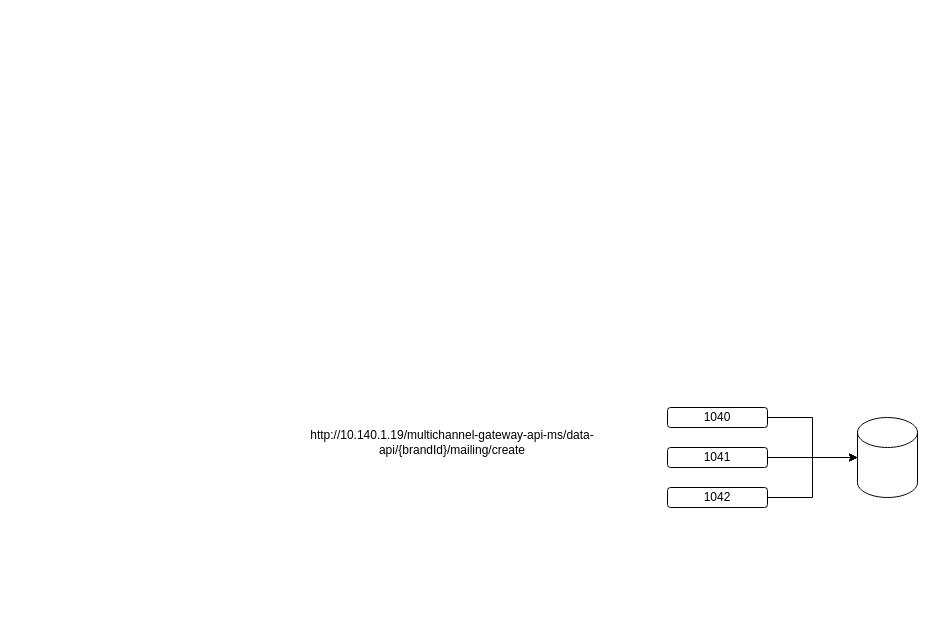
Before: Analise HSC 2025.drawio in caio-bueno/draws-valid, a draw.io diagram. Source tidied: cells renumbered, new cells numbered last; positions are measured from the earlier drawing's top-left corner, leaving out a move shared by most shapes. Both pictures are drawn from the tidied source at 100%, with x=0, y=0 at pixel (257, 407).
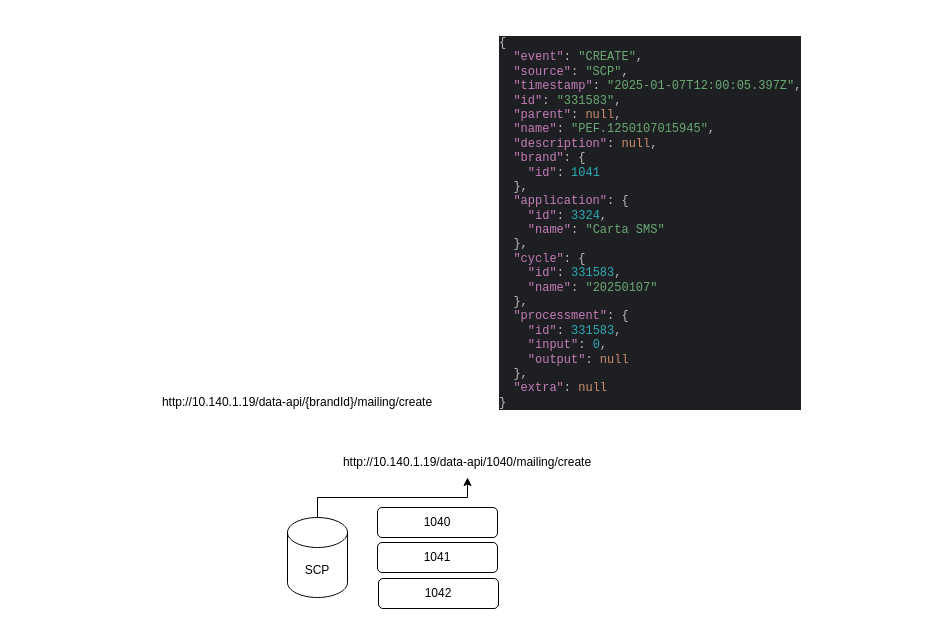
The same page after the edit.

Diff of the diagram source:
```diff
@@
 <mxGraphModel>
   <root>
     <mxCell id="0" />
     <mxCell id="1" parent="0" />
-    <mxCell id="2" style="edgeStyle=orthogonalEdgeStyle;rounded=0;jettySize=auto;html=1;" parent="1" edge="1" source="3" target="9">
-      <mxGeometry relative="1" as="geometry" />
-    </mxCell>
+    <mxCell id="8" value="http://10.140.1.19/data-api/{brandId}/mailing/create" style="text;html=1;align=center;verticalAlign=middle;whiteSpace=wrap;rounded=0;" parent="1" vertex="1">
+      <mxGeometry x="-240" y="-20" width="560" height="30" as="geometry" />
+    </mxCell>
+    <mxCell id="10" style="edgeStyle=orthogonalEdgeStyle;rounded=0;jettySize=auto;html=1;" parent="1" edge="1" source="9" target="11">
+      <mxGeometry relative="1" as="geometry" />
+    </mxCell>
+    <mxCell id="9" value="SCP" style="shape=cylinder3;whiteSpace=wrap;html=1;boundedLbl=1;backgroundOutline=1;size=15;" parent="1" vertex="1">
+      <mxGeometry x="30" y="110" width="60" height="80" as="geometry" />
+    </mxCell>
+    <mxCell id="11" value="http://10.140.1.19/data-api/1040/mailing/create" style="text;html=1;align=center;verticalAlign=middle;whiteSpace=wrap;rounded=0;" parent="1" vertex="1">
+      <mxGeometry x="80" y="40" width="260" height="30" as="geometry" />
+    </mxCell>
+    <mxCell id="12" value="&lt;div style=&quot;background-color: rgb(30, 31, 34); color: rgb(188, 190, 196);&quot;&gt;&lt;pre style=&quot;font-family:'JetBrains Mono',monospace;font-size:9,8pt;&quot;&gt;{&lt;br&gt;  &lt;span style=&quot;color: rgb(199, 125, 187);&quot;&gt;&quot;event&quot;&lt;/span&gt;: &lt;span style=&quot;color: rgb(106, 171, 115);&quot;&gt;&quot;CREATE&quot;&lt;/span&gt;,&lt;br&gt;  &lt;span style=&quot;color: rgb(199, 125, 187);&quot;&gt;&quot;source&quot;&lt;/span&gt;: &lt;span style=&quot;color: rgb(106, 171, 115);&quot;&gt;&quot;SCP&quot;&lt;/span&gt;,&lt;br&gt;  &lt;span style=&quot;color: rgb(199, 125, 187);&quot;&gt;&quot;timestamp&quot;&lt;/span&gt;: &lt;span style=&quot;color: rgb(106, 171, 115);&quot;&gt;&quot;2025-01-07T12:00:05.397Z&quot;&lt;/span&gt;,&lt;br&gt;  &lt;span style=&quot;color: rgb(199, 125, 187);&quot;&gt;&quot;id&quot;&lt;/span&gt;: &lt;span style=&quot;color: rgb(106, 171, 115);&quot;&gt;&quot;331583&quot;&lt;/span&gt;,&lt;br&gt;  &lt;span style=&quot;color: rgb(199, 125, 187);&quot;&gt;&quot;parent&quot;&lt;/span&gt;: &lt;span style=&quot;color: rgb(207, 142, 109);&quot;&gt;null&lt;/span&gt;,&lt;br&gt;  &lt;span style=&quot;color: rgb(199, 125, 187);&quot;&gt;&quot;name&quot;&lt;/span&gt;: &lt;span style=&quot;color: rgb(106, 171, 115);&quot;&gt;&quot;PEF.1250107015945&quot;&lt;/span&gt;,&lt;br&gt;  &lt;span style=&quot;color: rgb(199, 125, 187);&quot;&gt;&quot;description&quot;&lt;/span&gt;: &lt;span style=&quot;color: rgb(207, 142, 109);&quot;&gt;null&lt;/span&gt;,&lt;br&gt;  &lt;span style=&quot;color: rgb(199, 125, 187);&quot;&gt;&quot;brand&quot;&lt;/span&gt;: {&lt;br&gt;    &lt;span style=&quot;color: rgb(199, 125, 187);&quot;&gt;&quot;id&quot;&lt;/span&gt;: &lt;span style=&quot;color: rgb(42, 172, 184);&quot;&gt;1041&lt;br&gt;&lt;/span&gt;&lt;span style=&quot;color: rgb(42, 172, 184);&quot;&gt;  &lt;/span&gt;},&lt;br&gt;  &lt;span style=&quot;color: rgb(199, 125, 187);&quot;&gt;&quot;application&quot;&lt;/span&gt;: {&lt;br&gt;    &lt;span style=&quot;color: rgb(199, 125, 187);&quot;&gt;&quot;id&quot;&lt;/span&gt;: &lt;span style=&quot;color: rgb(42, 172, 184);&quot;&gt;3324&lt;/span&gt;,&lt;br&gt;    &lt;span style=&quot;color: rgb(199, 125, 187);&quot;&gt;&quot;name&quot;&lt;/span&gt;: &lt;span style=&quot;color: rgb(106, 171, 115);&quot;&gt;&quot;Carta SMS&quot;&lt;br&gt;&lt;/span&gt;&lt;span style=&quot;color: rgb(106, 171, 115);&quot;&gt;  &lt;/span&gt;},&lt;br&gt;  &lt;span style=&quot;color: rgb(199, 125, 187);&quot;&gt;&quot;cycle&quot;&lt;/span&gt;: {&lt;br&gt;    &lt;span style=&quot;color: rgb(199, 125, 187);&quot;&gt;&quot;id&quot;&lt;/span&gt;: &lt;span style=&quot;color: rgb(42, 172, 184);&quot;&gt;331583&lt;/span&gt;,&lt;br&gt;    &lt;span style=&quot;color: rgb(199, 125, 187);&quot;&gt;&quot;name&quot;&lt;/span&gt;: &lt;span style=&quot;color: rgb(106, 171, 115);&quot;&gt;&quot;20250107&quot;&lt;br&gt;&lt;/span&gt;&lt;span style=&quot;color: rgb(106, 171, 115);&quot;&gt;  &lt;/span&gt;},&lt;br&gt;  &lt;span style=&quot;color: rgb(199, 125, 187);&quot;&gt;&quot;processment&quot;&lt;/span&gt;: {&lt;br&gt;    &lt;span style=&quot;color: rgb(199, 125, 187);&quot;&gt;&quot;id&quot;&lt;/span&gt;: &lt;span style=&quot;color: rgb(42, 172, 184);&quot;&gt;331583&lt;/span&gt;,&lt;br&gt;    &lt;span style=&quot;color: rgb(199, 125, 187);&quot;&gt;&quot;input&quot;&lt;/span&gt;: &lt;span style=&quot;color: rgb(42, 172, 184);&quot;&gt;0&lt;/span&gt;,&lt;br&gt;    &lt;span style=&quot;color: rgb(199, 125, 187);&quot;&gt;&quot;output&quot;&lt;/span&gt;: &lt;span style=&quot;color: rgb(207, 142, 109);&quot;&gt;null&lt;br&gt;&lt;/span&gt;&lt;span style=&quot;color: rgb(207, 142, 109);&quot;&gt;  &lt;/span&gt;},&lt;br&gt;  &lt;span style=&quot;color: rgb(199, 125, 187);&quot;&gt;&quot;extra&quot;&lt;/span&gt;: &lt;span style=&quot;color: rgb(207, 142, 109);&quot;&gt;null&lt;br&gt;&lt;/span&gt;}&lt;/pre&gt;&lt;/div&gt;" style="text;whiteSpace=wrap;html=1;" parent="1" vertex="1">
+      <mxGeometry x="240" y="-390" width="280" height="380" as="geometry" />
+    </mxCell>
     <mxCell id="3" value="1040" style="rounded=1;whiteSpace=wrap;html=1;" parent="1" vertex="1">
-      <mxGeometry x="410" width="100" height="20" as="geometry" />
+      <mxGeometry x="120" y="100" width="120" height="30" as="geometry" />
     </mxCell>
-    <mxCell id="4" style="edgeStyle=orthogonalEdgeStyle;rounded=0;jettySize=auto;html=1;" parent="1" edge="1" source="5" target="9">
-      <mxGeometry relative="1" as="geometry" />
-    </mxCell>
     <mxCell id="5" value="1041" style="rounded=1;whiteSpace=wrap;html=1;" parent="1" vertex="1">
-      <mxGeometry x="410" y="40" width="100" height="20" as="geometry" />
+      <mxGeometry x="120" y="135" width="120" height="30" as="geometry" />
     </mxCell>
-    <mxCell id="6" style="edgeStyle=orthogonalEdgeStyle;rounded=0;jettySize=auto;html=1;" parent="1" edge="1" source="7" target="9">
-      <mxGeometry relative="1" as="geometry" />
-    </mxCell>
     <mxCell id="7" value="1042" style="rounded=1;whiteSpace=wrap;html=1;" parent="1" vertex="1">
-      <mxGeometry x="410" y="80" width="100" height="20" as="geometry" />
+      <mxGeometry x="121" y="171" width="120" height="30" as="geometry" />
     </mxCell>
-    <mxCell id="8" value="http://10.140.1.19/multichannel-gateway-api-ms/data-api/{brandId}/mailing/create" style="text;html=1;align=center;verticalAlign=middle;whiteSpace=wrap;rounded=0;" parent="1" vertex="1">
-      <mxGeometry y="20" width="390" height="30" as="geometry" />
-    </mxCell>
-    <mxCell id="9" style="shape=cylinder3;whiteSpace=wrap;html=1;boundedLbl=1;backgroundOutline=1;size=15;" parent="1" vertex="1">
-      <mxGeometry x="600" y="10" width="60" height="80" as="geometry" />
-    </mxCell>
   </root>
 </mxGraphModel>
```
